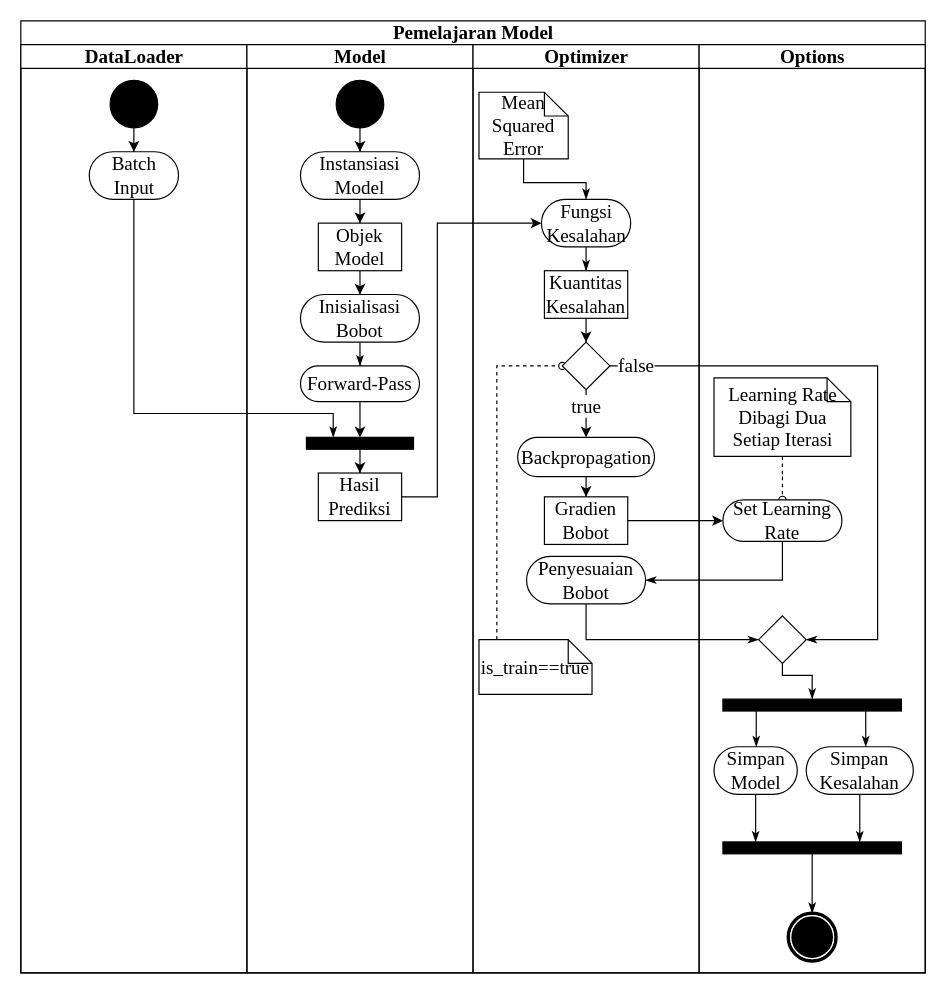
denilson020898/skripsi keeps this draw.io diagram as bab3/gambar/learning.drawio. Above is the earlier version. Source tidied: cells renumbered, new cells numbered last; positions are measured from the earlier drawing's top-left corner, leaving out a move shared by most shapes. Both pictures are drawn from the tidied source at 119%, with x=0, y=0 at pixel (20, 20).
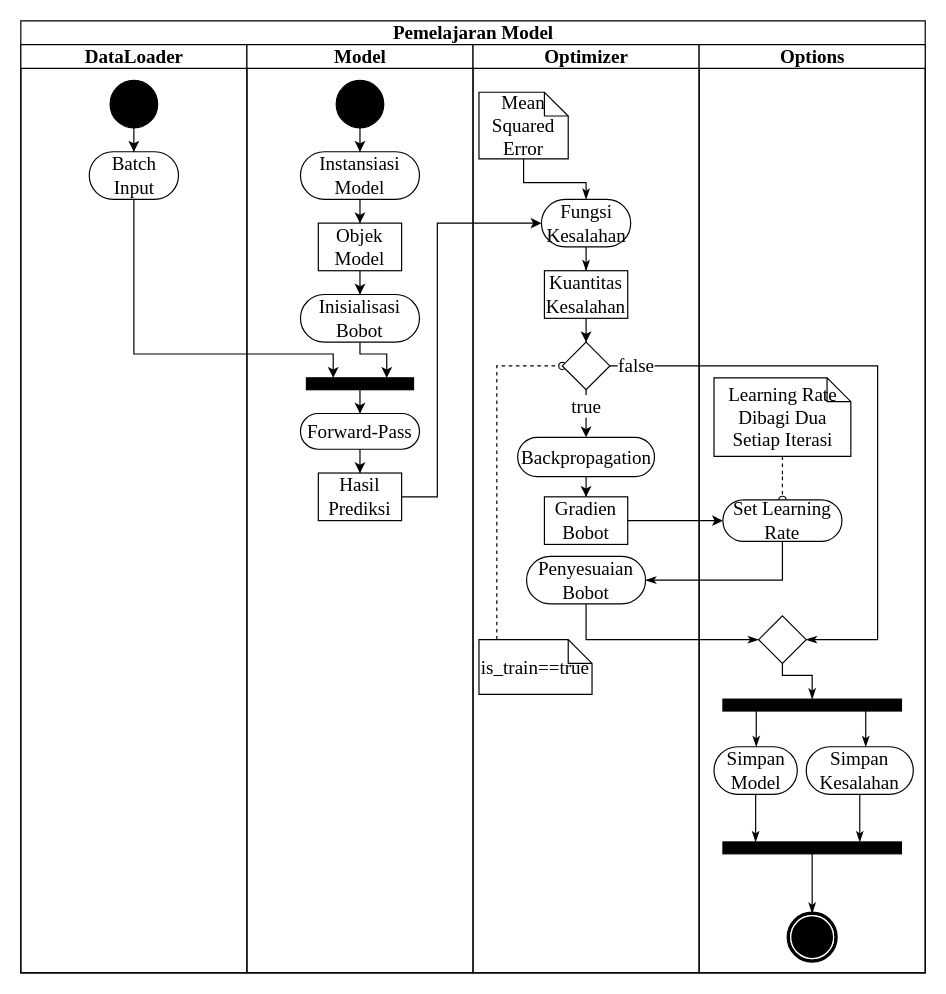
Above is the later version.

Unchanged cells that the change refers to:
```xml
<mxCell id="2" value="Pemelajaran Model" style="swimlane;html=1;startSize=20;rounded=0;shadow=0;comic=0;labelBackgroundColor=none;strokeWidth=1;fontFamily=Times New Roman;fontSize=16;align=center;" parent="1" vertex="1">
  <mxGeometry width="760" height="800" as="geometry" />
</mxCell>
<mxCell id="4" value="Batch Input" style="rounded=1;whiteSpace=wrap;html=1;shadow=0;comic=0;labelBackgroundColor=none;strokeWidth=1;fontFamily=Times New Roman;fontSize=16;align=center;arcSize=50;" parent="3" vertex="1">
  <mxGeometry x="57.5" y="90" width="75" height="40" as="geometry" />
</mxCell>
<mxCell id="8" value="Model" style="swimlane;html=1;startSize=20;fontFamily=Times New Roman;fontSize=16;" parent="2" vertex="1">
  <mxGeometry x="190" y="20" width="190" height="780" as="geometry" />
</mxCell>
<mxCell id="11" value="&lt;div style=&quot;font-size: 16px;&quot;&gt;Hasil&lt;/div&gt;&lt;div style=&quot;font-size: 16px;&quot;&gt;Prediksi&lt;/div&gt;" style="rounded=0;whiteSpace=wrap;html=1;shadow=0;comic=0;labelBackgroundColor=none;strokeWidth=1;fontFamily=Times New Roman;fontSize=16;align=center;arcSize=50;" parent="8" vertex="1">
  <mxGeometry x="60" y="360" width="70" height="40" as="geometry" />
</mxCell>
<mxCell id="21" value="&lt;div style=&quot;font-size: 16px;&quot;&gt;Inisialisasi&lt;/div&gt;&lt;div style=&quot;font-size: 16px;&quot;&gt;Bobot&lt;br style=&quot;font-size: 16px;&quot;&gt;&lt;/div&gt;" style="rounded=1;whiteSpace=wrap;html=1;shadow=0;comic=0;labelBackgroundColor=none;strokeWidth=1;fontFamily=Times New Roman;fontSize=16;align=center;arcSize=50;" parent="8" vertex="1">
  <mxGeometry x="45" y="210" width="100" height="40" as="geometry" />
</mxCell>
```

Diff of the diagram source:
```diff
@@
-    <mxCell id="10" style="edgeStyle=orthogonalEdgeStyle;rounded=0;jettySize=auto;html=1;entryX=0.5;entryY=0;entryDx=0;entryDy=0;fontFamily=Times New Roman;fontSize=16;" parent="8" edge="1" source="13" target="12">
-      <mxGeometry relative="1" as="geometry" />
-    </mxCell>
@@
-    <mxCell id="12" style="whiteSpace=wrap;html=1;rounded=0;shadow=0;comic=0;labelBackgroundColor=none;strokeWidth=1;fillColor=#000000;fontFamily=Times New Roman;fontSize=16;align=center;rotation=0;" parent="8" vertex="1">
-      <mxGeometry x="50" y="330" width="90" height="10" as="geometry" />
-    </mxCell>
-    <mxCell id="13" value="Forward-Pass" style="rounded=1;whiteSpace=wrap;html=1;shadow=0;comic=0;labelBackgroundColor=none;strokeWidth=1;fontFamily=Times New Roman;fontSize=16;align=center;arcSize=50;" parent="8" vertex="1">
-      <mxGeometry x="45" y="270" width="100" height="30" as="geometry" />
-    </mxCell>
@@
-    <mxCell id="18" style="edgeStyle=orthogonalEdgeStyle;rounded=0;jettySize=auto;html=1;endArrow=classicThin;endFill=1;fontFamily=Times New Roman;fontSize=16;" parent="8" edge="1" source="21" target="13">
-      <mxGeometry relative="1" as="geometry" />
-    </mxCell>
-    <mxCell id="19" style="edgeStyle=orthogonalEdgeStyle;rounded=0;jettySize=auto;html=1;fontFamily=Times New Roman;fontSize=16;" parent="8" edge="1" source="12" target="11">
-      <mxGeometry relative="1" as="geometry" />
-    </mxCell>
@@
+    <mxCell id="65" style="edgeStyle=orthogonalEdgeStyle;rounded=0;jettySize=auto;html=1;entryX=0.75;entryY=0;entryDx=0;entryDy=0;" parent="8" edge="1" source="21" target="12">
+      <mxGeometry relative="1" as="geometry">
+        <Array as="points">
+          <mxPoint x="95" y="260" />
+          <mxPoint x="117" y="260" />
+        </Array>
+      </mxGeometry>
+    </mxCell>
@@
+    <mxCell id="66" style="edgeStyle=orthogonalEdgeStyle;rounded=0;jettySize=auto;html=1;" parent="8" edge="1" source="13" target="11">
+      <mxGeometry relative="1" as="geometry" />
+    </mxCell>
+    <mxCell id="13" value="Forward-Pass" style="rounded=1;whiteSpace=wrap;html=1;shadow=0;comic=0;labelBackgroundColor=none;strokeWidth=1;fontFamily=Times New Roman;fontSize=16;align=center;arcSize=50;" parent="8" vertex="1">
+      <mxGeometry x="45" y="310" width="100" height="30" as="geometry" />
+    </mxCell>
+    <mxCell id="67" style="edgeStyle=orthogonalEdgeStyle;rounded=0;jettySize=auto;html=1;" parent="8" edge="1" source="12" target="13">
+      <mxGeometry relative="1" as="geometry" />
+    </mxCell>
+    <mxCell id="12" style="whiteSpace=wrap;html=1;rounded=0;shadow=0;comic=0;labelBackgroundColor=none;strokeWidth=1;fillColor=#000000;fontFamily=Times New Roman;fontSize=16;align=center;rotation=0;" parent="8" vertex="1">
+      <mxGeometry x="50" y="280" width="90" height="10" as="geometry" />
+    </mxCell>
@@
-    <mxCell id="64" style="edgeStyle=orthogonalEdgeStyle;rounded=0;jettySize=auto;html=1;entryX=0.25;entryY=0;entryDx=0;entryDy=0;endArrow=classicThin;endFill=1;fontFamily=Times New Roman;fontSize=16;" parent="2" edge="1" source="4" target="12">
+    <mxCell id="64" style="edgeStyle=orthogonalEdgeStyle;rounded=0;jettySize=auto;html=1;entryX=0.25;entryY=0;entryDx=0;entryDy=0;" parent="2" edge="1" source="4" target="12">
       <mxGeometry relative="1" as="geometry">
         <Array as="points">
-          <mxPoint x="95" y="330" />
-          <mxPoint x="263" y="330" />
+          <mxPoint x="95" y="280" />
+          <mxPoint x="263" y="280" />
         </Array>
       </mxGeometry>
     </mxCell>
```
